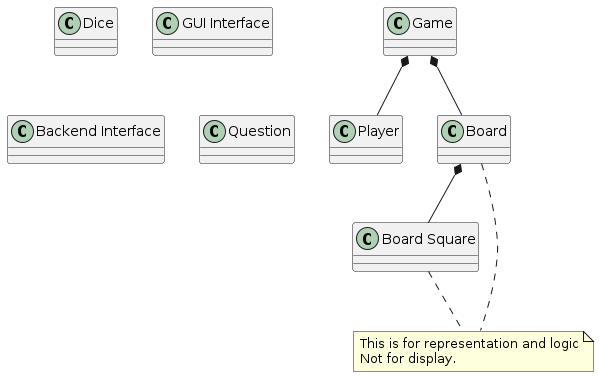
This is Class_Diagrams/Server_Class.png from ttimmer2/TrivialCompute, a PlantUML export, as it was before one commit. Source of this version:
```plantuml
@startuml
Class Player
Class Dice
Class "Board Square"
Class "GUI Interface"
Class "Backend Interface"
Class Question
Class Board
note "This is for representation and logic\nNot for display." as N1
Board .. N1
"Board Square" .. N1
Class Game
Game *-- Player
Board *-- "Board Square"
Game *-- Board
@enduml
```
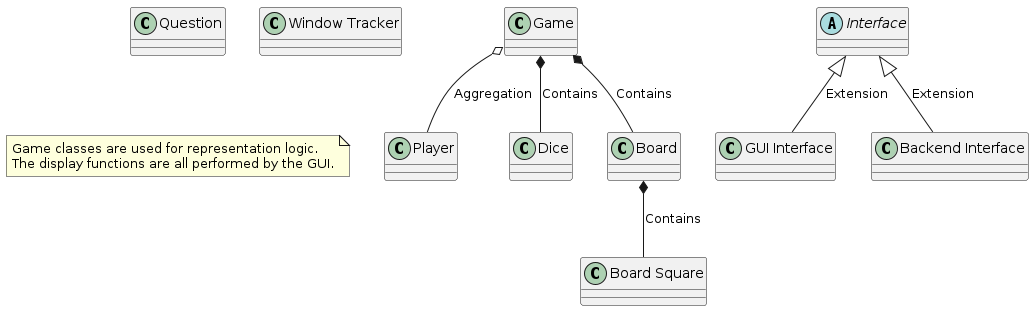
After the change.

Commit message:
update class diagram image

The edit, as a diff of the source:
```diff
@@ -1,16 +1,19 @@
 @startuml
 Class Player
 Class Dice
+Abstract Class Interface
 Class "Board Square"
 Class "GUI Interface"
 Class "Backend Interface"
 Class Question
 Class Board
-note "This is for representation and logic\nNot for display." as N1
-Board .. N1
-"Board Square" .. N1
+Class "Window Tracker"
+note "Game classes are used for representation logic.\nThe display functions are all performed by the GUI." as N1
 Class Game
-Game *-- Player
-Board *-- "Board Square"
-Game *-- Board
+Game o-- Player : Aggregation
+Board *-- "Board Square" : Contains
+Game *-- Board : Contains
+Game *-- Dice : Contains
+Interface <|-- "GUI Interface" : Extension
+Interface <|-- "Backend Interface" : Extension
 @enduml
```
